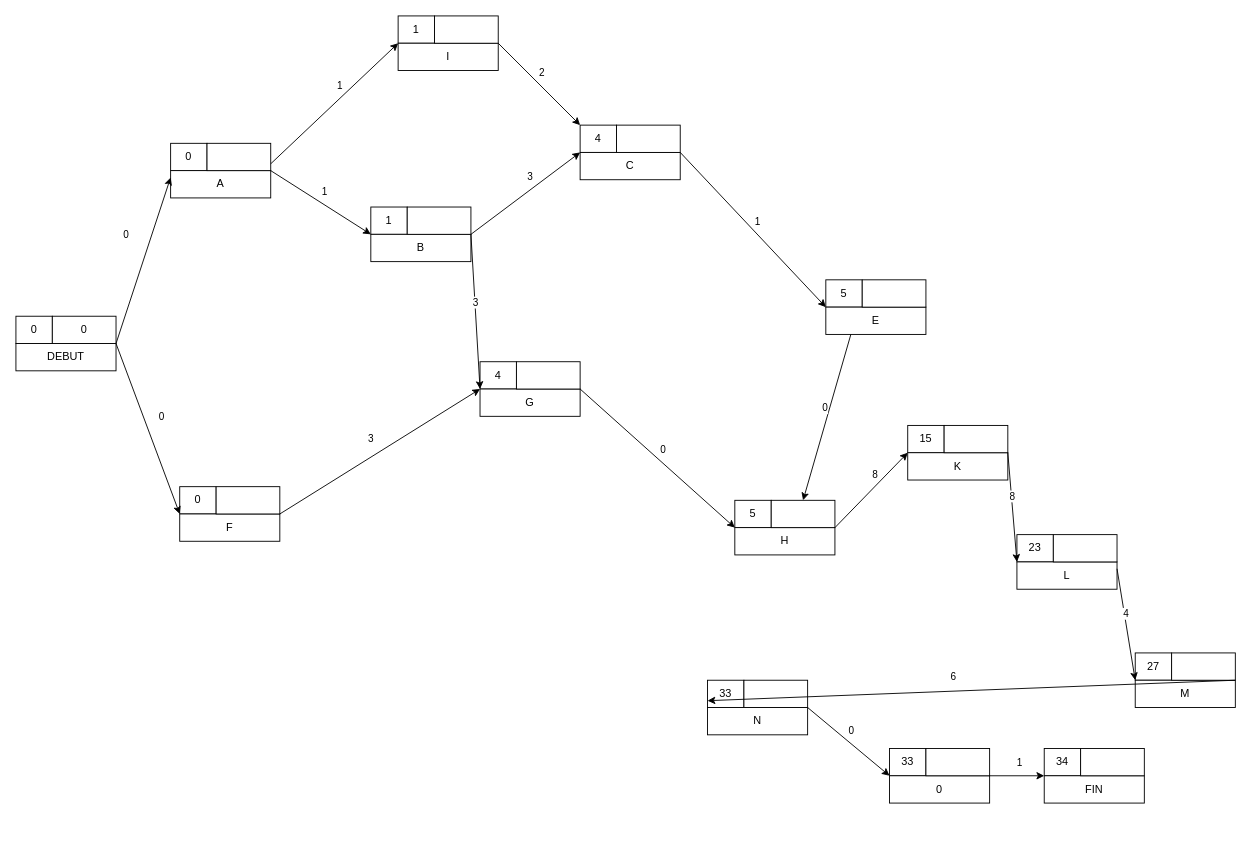
Above: Diagramme sans nom.drawio in CSliveR/Chief-s-Arena (draw.io), before the change. Source tidied: cells renumbered, new cells numbered last; positions are measured from the earlier drawing's top-left corner, leaving out a move shared by most shapes. Both pictures are drawn from the tidied source at 91%, with x=0, y=0 at pixel (15, 15).
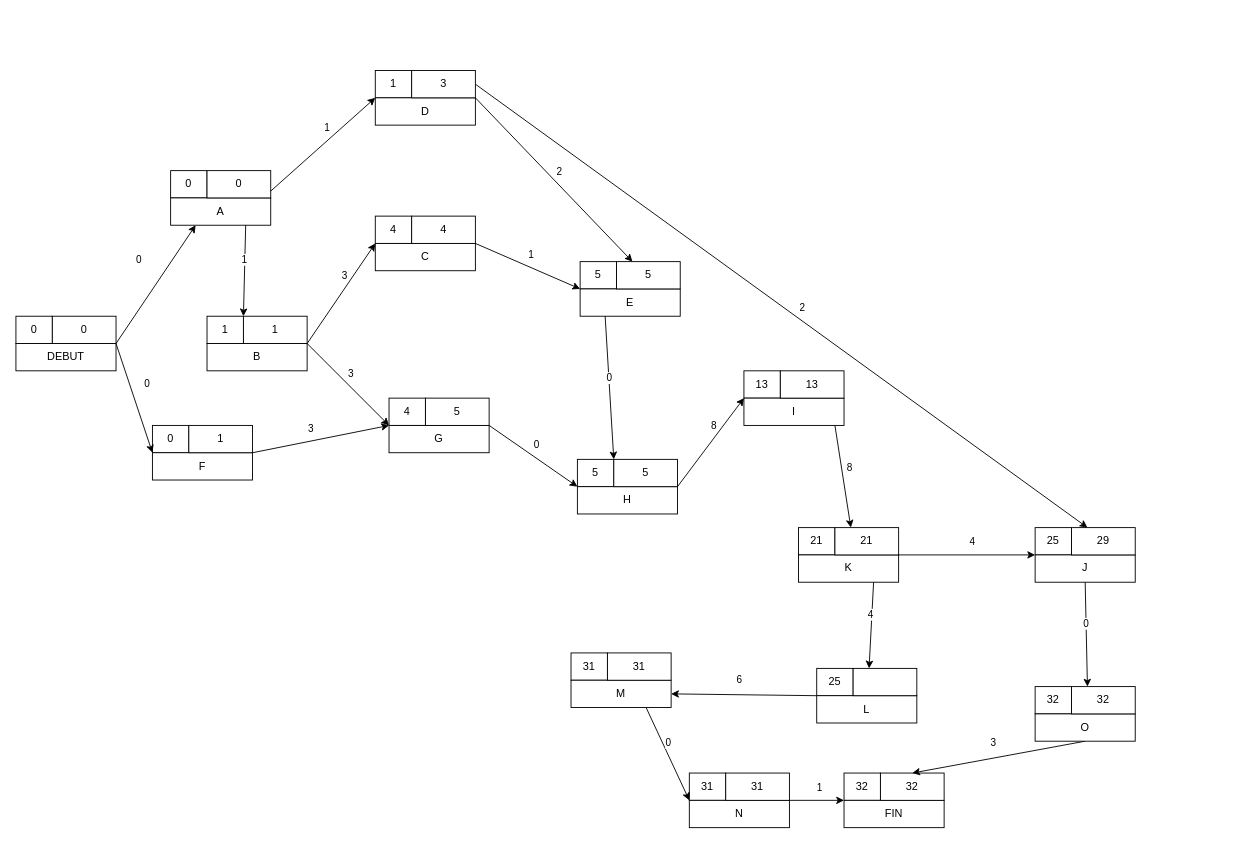
The same diagram, later.

Commit message (it also covers changes not shown here):
Mettre à jour Diagramme sans nom.drawio

Unchanged cells that the change refers to:
```xml
<mxCell id="4" value="0" style="rounded=0;whiteSpace=wrap;html=1;" parent="1" vertex="1">
  <mxGeometry x="40" y="330" width="70" height="30" as="geometry" />
</mxCell>
```

What changed in the source:
```diff
@@
     <mxCell id="5" value="0" style="rounded=0;whiteSpace=wrap;html=1;" parent="1" vertex="1">
-      <mxGeometry x="170" y="140" width="40" height="30" as="geometry" />
+      <mxGeometry x="170" y="170" width="40" height="30" as="geometry" />
     </mxCell>
     <mxCell id="6" value="A" style="rounded=0;whiteSpace=wrap;html=1;" parent="1" vertex="1">
-      <mxGeometry x="170" y="170" width="110" height="30" as="geometry" />
+      <mxGeometry x="170" y="200" width="110" height="30" as="geometry" />
     </mxCell>
-    <mxCell id="7" style="rounded=0;whiteSpace=wrap;html=1;" parent="1" vertex="1">
-      <mxGeometry x="210" y="140" width="70" height="30" as="geometry" />
+    <mxCell id="7" value="0" style="rounded=0;whiteSpace=wrap;html=1;" parent="1" vertex="1">
+      <mxGeometry x="210" y="170" width="70" height="30" as="geometry" />
     </mxCell>
     <mxCell id="8" value="0" style="rounded=0;whiteSpace=wrap;html=1;" parent="1" vertex="1">
-      <mxGeometry x="180" y="517.3" width="40" height="30" as="geometry" />
+      <mxGeometry x="150" y="450" width="40" height="30" as="geometry" />
     </mxCell>
     <mxCell id="9" value="F" style="rounded=0;whiteSpace=wrap;html=1;" parent="1" vertex="1">
-      <mxGeometry x="180" y="547.3" width="110" height="30" as="geometry" />
+      <mxGeometry x="150" y="480" width="110" height="30" as="geometry" />
     </mxCell>
-    <mxCell id="10" style="rounded=0;whiteSpace=wrap;html=1;" parent="1" vertex="1">
-      <mxGeometry x="220" y="517.3" width="70" height="30" as="geometry" />
+    <mxCell id="10" value="1" style="rounded=0;whiteSpace=wrap;html=1;" parent="1" vertex="1">
+      <mxGeometry x="190" y="450" width="70" height="30" as="geometry" />
     </mxCell>
     <mxCell id="11" value="1" style="rounded=0;whiteSpace=wrap;html=1;" parent="1" vertex="1">
-      <mxGeometry x="390" y="210" width="40" height="30" as="geometry" />
+      <mxGeometry x="210" y="330" width="40" height="30" as="geometry" />
     </mxCell>
     <mxCell id="12" value="B" style="rounded=0;whiteSpace=wrap;html=1;" parent="1" vertex="1">
-      <mxGeometry x="390" y="240" width="110" height="30" as="geometry" />
+      <mxGeometry x="210" y="360" width="110" height="30" as="geometry" />
     </mxCell>
-    <mxCell id="13" style="rounded=0;whiteSpace=wrap;html=1;" parent="1" vertex="1">
-      <mxGeometry x="430" y="210" width="70" height="30" as="geometry" />
+    <mxCell id="13" value="1" style="rounded=0;whiteSpace=wrap;html=1;" parent="1" vertex="1">
+      <mxGeometry x="250" y="330" width="70" height="30" as="geometry" />
     </mxCell>
     <mxCell id="14" value="4" style="rounded=0;whiteSpace=wrap;html=1;" parent="1" vertex="1">
-      <mxGeometry x="510" y="380" width="40" height="30" as="geometry" />
+      <mxGeometry x="410" y="420" width="40" height="30" as="geometry" />
     </mxCell>
     <mxCell id="15" value="G" style="rounded=0;whiteSpace=wrap;html=1;" parent="1" vertex="1">
-      <mxGeometry x="510" y="410" width="110" height="30" as="geometry" />
+      <mxGeometry x="410" y="450" width="110" height="30" as="geometry" />
     </mxCell>
-    <mxCell id="16" style="rounded=0;whiteSpace=wrap;html=1;" parent="1" vertex="1">
-      <mxGeometry x="550" y="380" width="70" height="30" as="geometry" />
+    <mxCell id="16" value="5" style="rounded=0;whiteSpace=wrap;html=1;" parent="1" vertex="1">
+      <mxGeometry x="450" y="420" width="70" height="30" as="geometry" />
     </mxCell>
     <mxCell id="17" value="4" style="rounded=0;whiteSpace=wrap;html=1;" parent="1" vertex="1">
-      <mxGeometry x="620" y="120" width="40" height="30" as="geometry" />
+      <mxGeometry x="394.9" y="220" width="40" height="30" as="geometry" />
     </mxCell>
     <mxCell id="18" value="C" style="rounded=0;whiteSpace=wrap;html=1;" parent="1" vertex="1">
-      <mxGeometry x="620" y="150" width="110" height="30" as="geometry" />
+      <mxGeometry x="394.9" y="250" width="110" height="30" as="geometry" />
     </mxCell>
-    <mxCell id="19" style="rounded=0;whiteSpace=wrap;html=1;" parent="1" vertex="1">
-      <mxGeometry x="660" y="120" width="70" height="30" as="geometry" />
+    <mxCell id="19" value="4" style="rounded=0;whiteSpace=wrap;html=1;" parent="1" vertex="1">
+      <mxGeometry x="434.9" y="220" width="70" height="30" as="geometry" />
     </mxCell>
-    <mxCell id="20" style="endArrow=classic;html=1;rounded=0;exitX=1;exitY=0;exitDx=0;exitDy=0;entryX=0;entryY=1;entryDx=0;entryDy=0;" parent="1" edge="1" source="6" target="11">
+    <mxCell id="20" style="endArrow=classic;html=1;rounded=0;exitX=0.75;exitY=1;exitDx=0;exitDy=0;entryX=1;entryY=0;entryDx=0;entryDy=0;" parent="1" edge="1" source="6" target="11">
       <mxGeometry relative="1" as="geometry" />
     </mxCell>
@@
-    <mxCell id="24" value="23" style="rounded=0;whiteSpace=wrap;html=1;" parent="1" vertex="1">
-      <mxGeometry x="1100" y="570" width="40" height="30" as="geometry" />
+    <mxCell id="24" value="21" style="rounded=0;whiteSpace=wrap;html=1;" parent="1" vertex="1">
+      <mxGeometry x="860" y="562.3" width="40" height="30" as="geometry" />
     </mxCell>
-    <mxCell id="25" value="L" style="rounded=0;whiteSpace=wrap;html=1;" parent="1" vertex="1">
-      <mxGeometry x="1100" y="600" width="110" height="30" as="geometry" />
+    <mxCell id="25" value="K" style="rounded=0;whiteSpace=wrap;html=1;" parent="1" vertex="1">
+      <mxGeometry x="860" y="592.3" width="110" height="30" as="geometry" />
     </mxCell>
-    <mxCell id="26" style="rounded=0;whiteSpace=wrap;html=1;" parent="1" vertex="1">
-      <mxGeometry x="1140" y="570" width="70" height="30" as="geometry" />
+    <mxCell id="26" value="21" style="rounded=0;whiteSpace=wrap;html=1;" parent="1" vertex="1">
+      <mxGeometry x="900" y="562.3" width="70" height="30" as="geometry" />
     </mxCell>
-    <mxCell id="27" value="27" style="rounded=0;whiteSpace=wrap;html=1;" parent="1" vertex="1">
-      <mxGeometry x="1230" y="700" width="40" height="30" as="geometry" />
+    <mxCell id="27" value="25" style="rounded=0;whiteSpace=wrap;html=1;" parent="1" vertex="1">
+      <mxGeometry x="880" y="717" width="40" height="30" as="geometry" />
     </mxCell>
-    <mxCell id="28" value="M" style="rounded=0;whiteSpace=wrap;html=1;" parent="1" vertex="1">
-      <mxGeometry x="1230" y="730" width="110" height="30" as="geometry" />
+    <mxCell id="28" value="L" style="rounded=0;whiteSpace=wrap;html=1;" parent="1" vertex="1">
+      <mxGeometry x="880" y="747" width="110" height="30" as="geometry" />
     </mxCell>
     <mxCell id="29" style="rounded=0;whiteSpace=wrap;html=1;" parent="1" vertex="1">
-      <mxGeometry x="1270" y="700" width="70" height="30" as="geometry" />
+      <mxGeometry x="920" y="717" width="70" height="30" as="geometry" />
     </mxCell>
@@
     <mxCell id="34" value="5" style="rounded=0;whiteSpace=wrap;html=1;" parent="1" vertex="1">
-      <mxGeometry x="890" y="290" width="40" height="30" as="geometry" />
+      <mxGeometry x="620" y="270" width="40" height="30" as="geometry" />
     </mxCell>
     <mxCell id="35" value="E" style="rounded=0;whiteSpace=wrap;html=1;" parent="1" vertex="1">
-      <mxGeometry x="890" y="320" width="110" height="30" as="geometry" />
+      <mxGeometry x="620" y="300" width="110" height="30" as="geometry" />
     </mxCell>
-    <mxCell id="36" style="rounded=0;whiteSpace=wrap;html=1;" parent="1" vertex="1">
-      <mxGeometry x="930" y="290" width="70" height="30" as="geometry" />
+    <mxCell id="36" value="5" style="rounded=0;whiteSpace=wrap;html=1;" parent="1" vertex="1">
+      <mxGeometry x="660" y="270" width="70" height="30" as="geometry" />
     </mxCell>
     <mxCell id="37" value="1" style="rounded=0;whiteSpace=wrap;html=1;" parent="1" vertex="1">
-      <mxGeometry x="420" width="40" height="30" as="geometry" />
+      <mxGeometry x="394.9" y="60" width="40" height="30" as="geometry" />
     </mxCell>
-    <mxCell id="38" value="I" style="rounded=0;whiteSpace=wrap;html=1;" parent="1" vertex="1">
-      <mxGeometry x="420" y="30" width="110" height="30" as="geometry" />
+    <mxCell id="38" value="D" style="rounded=0;whiteSpace=wrap;html=1;" parent="1" vertex="1">
+      <mxGeometry x="394.9" y="90" width="110" height="30" as="geometry" />
     </mxCell>
-    <mxCell id="39" style="rounded=0;whiteSpace=wrap;html=1;" parent="1" vertex="1">
-      <mxGeometry x="460" width="70" height="30" as="geometry" />
+    <mxCell id="39" value="3" style="rounded=0;whiteSpace=wrap;html=1;" parent="1" vertex="1">
+      <mxGeometry x="434.9" y="60" width="70" height="30" as="geometry" />
     </mxCell>
-    <mxCell id="40" style="endArrow=classic;html=1;rounded=0;exitX=1;exitY=1;exitDx=0;exitDy=0;entryX=0;entryY=0;entryDx=0;entryDy=0;" parent="1" edge="1" source="39" target="17">
+    <mxCell id="40" style="endArrow=classic;html=1;rounded=0;exitX=1;exitY=1;exitDx=0;exitDy=0;entryX=0.25;entryY=0;entryDx=0;entryDy=0;" parent="1" edge="1" source="39" target="36">
       <mxGeometry relative="1" as="geometry" />
     </mxCell>
@@
     <mxCell id="44" value="5" style="rounded=0;whiteSpace=wrap;html=1;" parent="1" vertex="1">
-      <mxGeometry x="790" y="532.3" width="40" height="30" as="geometry" />
+      <mxGeometry x="617" y="487.3" width="40" height="30" as="geometry" />
     </mxCell>
     <mxCell id="45" value="H" style="rounded=0;whiteSpace=wrap;html=1;" parent="1" vertex="1">
-      <mxGeometry x="790" y="562.3" width="110" height="30" as="geometry" />
+      <mxGeometry x="617" y="517.3" width="110" height="30" as="geometry" />
     </mxCell>
-    <mxCell id="46" style="rounded=0;whiteSpace=wrap;html=1;" parent="1" vertex="1">
-      <mxGeometry x="830" y="532.3" width="70" height="30" as="geometry" />
+    <mxCell id="46" value="5" style="rounded=0;whiteSpace=wrap;html=1;" parent="1" vertex="1">
+      <mxGeometry x="657" y="487.3" width="70" height="30" as="geometry" />
     </mxCell>
-    <mxCell id="47" value="15" style="rounded=0;whiteSpace=wrap;html=1;" parent="1" vertex="1">
-      <mxGeometry x="980" y="450" width="40" height="30" as="geometry" />
+    <mxCell id="47" value="13" style="rounded=0;whiteSpace=wrap;html=1;" parent="1" vertex="1">
+      <mxGeometry x="800" y="390" width="40" height="30" as="geometry" />
     </mxCell>
-    <mxCell id="48" value="K" style="rounded=0;whiteSpace=wrap;html=1;" parent="1" vertex="1">
-      <mxGeometry x="980" y="480" width="110" height="30" as="geometry" />
+    <mxCell id="48" value="I" style="rounded=0;whiteSpace=wrap;html=1;" parent="1" vertex="1">
+      <mxGeometry x="800" y="420" width="110" height="30" as="geometry" />
     </mxCell>
-    <mxCell id="49" style="rounded=0;whiteSpace=wrap;html=1;" parent="1" vertex="1">
-      <mxGeometry x="1020" y="450" width="70" height="30" as="geometry" />
+    <mxCell id="49" value="13" style="rounded=0;whiteSpace=wrap;html=1;" parent="1" vertex="1">
+      <mxGeometry x="840" y="390" width="70" height="30" as="geometry" />
     </mxCell>
@@
-    <mxCell id="52" style="endArrow=classic;html=1;rounded=0;exitX=0.25;exitY=1;exitDx=0;exitDy=0;entryX=0.5;entryY=0;entryDx=0;entryDy=0;" parent="1" edge="1" source="35" target="46">
+    <mxCell id="52" style="endArrow=classic;html=1;rounded=0;exitX=0.25;exitY=1;exitDx=0;exitDy=0;entryX=1;entryY=0;entryDx=0;entryDy=0;" parent="1" edge="1" source="35" target="44">
       <mxGeometry relative="1" as="geometry" />
     </mxCell>
@@
-    <mxCell id="54" value="33" style="rounded=0;whiteSpace=wrap;html=1;" parent="1" vertex="1">
-      <mxGeometry x="760" y="730" width="40" height="30" as="geometry" />
+    <mxCell id="54" value="31" style="rounded=0;whiteSpace=wrap;html=1;" parent="1" vertex="1">
+      <mxGeometry x="610" y="700" width="40" height="30" as="geometry" />
     </mxCell>
-    <mxCell id="55" value="N" style="rounded=0;whiteSpace=wrap;html=1;" parent="1" vertex="1">
-      <mxGeometry x="760" y="760" width="110" height="30" as="geometry" />
+    <mxCell id="55" value="M" style="rounded=0;whiteSpace=wrap;html=1;" parent="1" vertex="1">
+      <mxGeometry x="610" y="730" width="110" height="30" as="geometry" />
     </mxCell>
-    <mxCell id="56" style="rounded=0;whiteSpace=wrap;html=1;" parent="1" vertex="1">
-      <mxGeometry x="800" y="730" width="70" height="30" as="geometry" />
+    <mxCell id="56" value="31" style="rounded=0;whiteSpace=wrap;html=1;" parent="1" vertex="1">
+      <mxGeometry x="650" y="700" width="70" height="30" as="geometry" />
     </mxCell>
-    <mxCell id="57" value="33" style="rounded=0;whiteSpace=wrap;html=1;" parent="1" vertex="1">
-      <mxGeometry x="960" y="805" width="40" height="30" as="geometry" />
+    <mxCell id="57" value="31" style="rounded=0;whiteSpace=wrap;html=1;" parent="1" vertex="1">
+      <mxGeometry x="740" y="832" width="40" height="30" as="geometry" />
     </mxCell>
-    <mxCell id="58" value="0" style="rounded=0;whiteSpace=wrap;html=1;" parent="1" vertex="1">
-      <mxGeometry x="960" y="835" width="110" height="30" as="geometry" />
+    <mxCell id="58" value="N" style="rounded=0;whiteSpace=wrap;html=1;" parent="1" vertex="1">
+      <mxGeometry x="740" y="862" width="110" height="30" as="geometry" />
     </mxCell>
-    <mxCell id="59" style="rounded=0;whiteSpace=wrap;html=1;" parent="1" vertex="1">
-      <mxGeometry x="1000" y="805" width="70" height="30" as="geometry" />
+    <mxCell id="59" value="31" style="rounded=0;whiteSpace=wrap;html=1;" parent="1" vertex="1">
+      <mxGeometry x="780" y="832" width="70" height="30" as="geometry" />
     </mxCell>
@@
-    <mxCell id="62" style="endArrow=classic;html=1;rounded=0;exitX=1;exitY=0;exitDx=0;exitDy=0;entryX=0;entryY=0;entryDx=0;entryDy=0;" parent="1" edge="1" source="48" target="25">
-      <mxGeometry relative="1" as="geometry" />
+    <mxCell id="62" style="endArrow=classic;html=1;rounded=0;entryX=0.25;entryY=0;entryDx=0;entryDy=0;" parent="1" edge="1" target="26">
+      <mxGeometry relative="1" as="geometry">
+        <mxPoint x="900" y="450" as="sourcePoint" />
+      </mxGeometry>
     </mxCell>
     <mxCell id="63" value="8" style="edgeLabel;html=1;align=center;verticalAlign=middle;" parent="62" vertex="1">
       <mxGeometry x="0.07" y="-1" relative="1" as="geometry">
-        <mxPoint y="-16" as="offset" />
+        <mxPoint x="7" y="-14" as="offset" />
       </mxGeometry>
     </mxCell>
-    <mxCell id="64" style="endArrow=classic;html=1;rounded=0;exitX=1;exitY=0.25;exitDx=0;exitDy=0;entryX=0;entryY=0;entryDx=0;entryDy=0;" parent="1" edge="1" source="25" target="28">
+    <mxCell id="64" style="endArrow=classic;html=1;rounded=0;exitX=0.75;exitY=1;exitDx=0;exitDy=0;entryX=0.25;entryY=0;entryDx=0;entryDy=0;" parent="1" edge="1" source="25" target="29">
       <mxGeometry relative="1" as="geometry" />
     </mxCell>
@@
-    <mxCell id="66" style="endArrow=classic;html=1;rounded=0;exitX=1;exitY=0;exitDx=0;exitDy=0;entryX=0;entryY=0.75;entryDx=0;entryDy=0;" parent="1" edge="1" source="28" target="54">
+    <mxCell id="66" style="endArrow=classic;html=1;rounded=0;exitX=0;exitY=1;exitDx=0;exitDy=0;entryX=1;entryY=0.5;entryDx=0;entryDy=0;" parent="1" edge="1" source="27" target="55">
       <mxGeometry relative="1" as="geometry" />
     </mxCell>
@@
-    <mxCell id="68" style="endArrow=classic;html=1;rounded=0;exitX=1;exitY=0;exitDx=0;exitDy=0;entryX=0;entryY=0;entryDx=0;entryDy=0;" parent="1" edge="1" source="55" target="58">
+    <mxCell id="68" style="endArrow=classic;html=1;rounded=0;exitX=0.75;exitY=1;exitDx=0;exitDy=0;entryX=0;entryY=0;entryDx=0;entryDy=0;" parent="1" edge="1" source="55" target="58">
       <mxGeometry relative="1" as="geometry" />
     </mxCell>
@@
-    <mxCell id="70" value="34" style="rounded=0;whiteSpace=wrap;html=1;" parent="1" vertex="1">
-      <mxGeometry x="1130" y="805" width="40" height="30" as="geometry" />
+    <mxCell id="70" value="32" style="rounded=0;whiteSpace=wrap;html=1;" parent="1" vertex="1">
+      <mxGeometry x="910" y="832" width="40" height="30" as="geometry" />
     </mxCell>
     <mxCell id="71" value="FIN" style="rounded=0;whiteSpace=wrap;html=1;" parent="1" vertex="1">
-      <mxGeometry x="1130" y="835" width="110" height="30" as="geometry" />
+      <mxGeometry x="910" y="862" width="110" height="30" as="geometry" />
     </mxCell>
-    <mxCell id="72" style="rounded=0;whiteSpace=wrap;html=1;" parent="1" vertex="1">
-      <mxGeometry x="1170" y="805" width="70" height="30" as="geometry" />
+    <mxCell id="72" value="32" style="rounded=0;whiteSpace=wrap;html=1;" parent="1" vertex="1">
+      <mxGeometry x="950" y="832" width="70" height="30" as="geometry" />
     </mxCell>
@@
-    <mxCell id="75" style="endArrow=classic;html=1;rounded=0;exitX=1;exitY=1;exitDx=0;exitDy=0;entryX=0;entryY=0.25;entryDx=0;entryDy=0;" parent="1" edge="1" source="4" target="6">
+    <mxCell id="75" style="endArrow=classic;html=1;rounded=0;exitX=1;exitY=1;exitDx=0;exitDy=0;entryX=0.25;entryY=1;entryDx=0;entryDy=0;" parent="1" edge="1" source="4" target="6">
       <mxGeometry relative="1" as="geometry" />
     </mxCell>
@@
+    <mxCell id="81" value="25" style="rounded=0;whiteSpace=wrap;html=1;" parent="1" vertex="1">
+      <mxGeometry x="1120" y="562.3" width="40" height="30" as="geometry" />
+    </mxCell>
+    <mxCell id="82" value="J" style="rounded=0;whiteSpace=wrap;html=1;" parent="1" vertex="1">
+      <mxGeometry x="1120" y="592.3" width="110" height="30" as="geometry" />
+    </mxCell>
+    <mxCell id="83" value="29" style="rounded=0;whiteSpace=wrap;html=1;" parent="1" vertex="1">
+      <mxGeometry x="1160" y="562.3" width="70" height="30" as="geometry" />
+    </mxCell>
+    <mxCell id="84" style="endArrow=classic;html=1;rounded=0;exitX=1;exitY=1;exitDx=0;exitDy=0;entryX=0;entryY=0;entryDx=0;entryDy=0;" parent="1" edge="1" source="26" target="82">
+      <mxGeometry relative="1" as="geometry" />
+    </mxCell>
+    <mxCell id="85" value="4" style="edgeLabel;html=1;align=center;verticalAlign=middle;" parent="84" vertex="1">
+      <mxGeometry x="0.07" y="-1" relative="1" as="geometry">
+        <mxPoint y="-16" as="offset" />
+      </mxGeometry>
+    </mxCell>
+    <mxCell id="86" style="endArrow=classic;html=1;rounded=0;exitX=0.5;exitY=1;exitDx=0;exitDy=0;entryX=0.5;entryY=0;entryDx=0;entryDy=0;" parent="1" edge="1" source="91" target="72">
+      <mxGeometry relative="1" as="geometry" />
+    </mxCell>
+    <mxCell id="87" value="3" style="edgeLabel;html=1;align=center;verticalAlign=middle;" parent="86" vertex="1">
+      <mxGeometry x="0.07" y="-1" relative="1" as="geometry">
+        <mxPoint y="-16" as="offset" />
+      </mxGeometry>
+    </mxCell>
+    <mxCell id="88" style="endArrow=classic;html=1;rounded=0;exitX=1;exitY=0.5;exitDx=0;exitDy=0;entryX=0.25;entryY=0;entryDx=0;entryDy=0;" parent="1" edge="1" source="39" target="83">
+      <mxGeometry relative="1" as="geometry" />
+    </mxCell>
+    <mxCell id="89" value="2" style="edgeLabel;html=1;align=center;verticalAlign=middle;" parent="88" vertex="1">
+      <mxGeometry x="0.07" y="-1" relative="1" as="geometry">
+        <mxPoint y="-16" as="offset" />
+      </mxGeometry>
+    </mxCell>
+    <mxCell id="90" value="32" style="rounded=0;whiteSpace=wrap;html=1;" parent="1" vertex="1">
+      <mxGeometry x="1120" y="737" width="40" height="30" as="geometry" />
+    </mxCell>
+    <mxCell id="91" value="O" style="rounded=0;whiteSpace=wrap;html=1;" parent="1" vertex="1">
+      <mxGeometry x="1120" y="767" width="110" height="30" as="geometry" />
+    </mxCell>
+    <mxCell id="92" value="32" style="rounded=0;whiteSpace=wrap;html=1;" parent="1" vertex="1">
+      <mxGeometry x="1160" y="737" width="70" height="30" as="geometry" />
+    </mxCell>
+    <mxCell id="93" style="endArrow=classic;html=1;rounded=0;exitX=0.5;exitY=1;exitDx=0;exitDy=0;entryX=0.25;entryY=0;entryDx=0;entryDy=0;" parent="1" edge="1" source="82" target="92">
+      <mxGeometry relative="1" as="geometry" />
+    </mxCell>
+    <mxCell id="94" value="0" style="edgeLabel;html=1;align=center;verticalAlign=middle;" parent="93" vertex="1">
+      <mxGeometry x="0.07" y="-1" relative="1" as="geometry">
+        <mxPoint y="-16" as="offset" />
+      </mxGeometry>
+    </mxCell>
```
